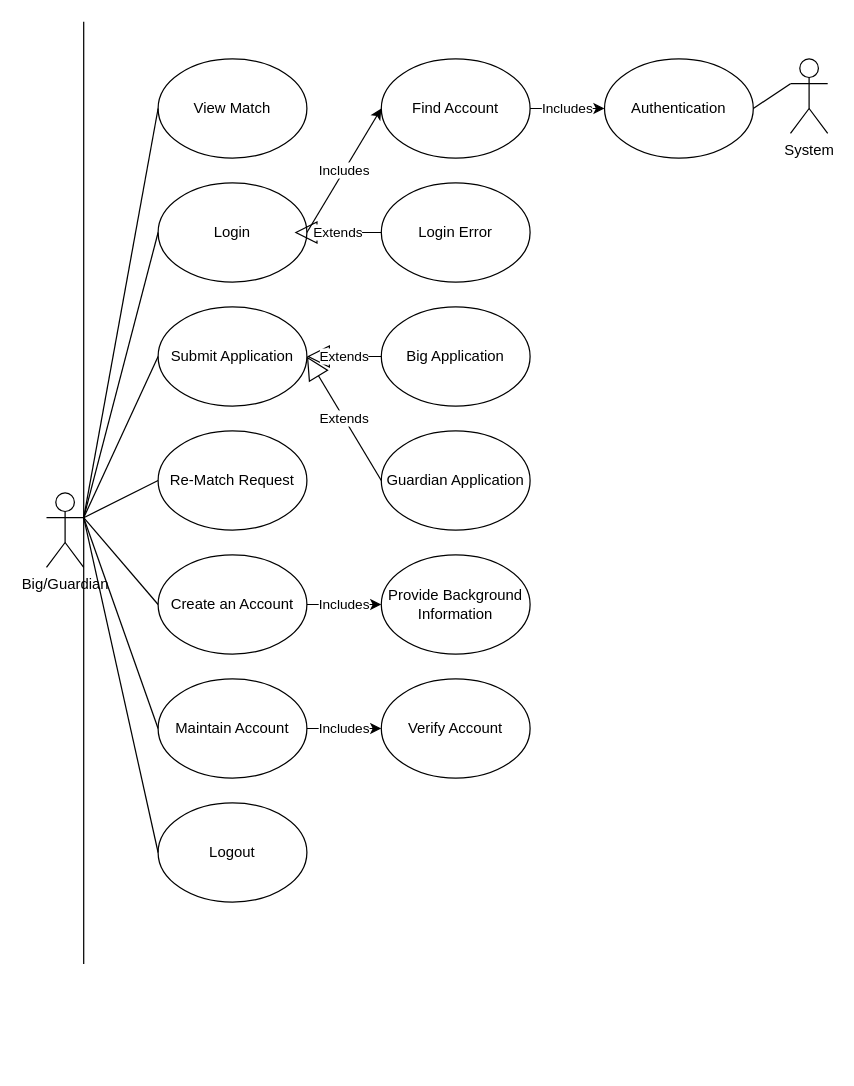
aarison/cpsc430 keeps this draw.io diagram as Big Guardian.drawio. Above is the earlier version. Source tidied: cells renumbered, new cells numbered last; positions are measured from the earlier drawing's top-left corner, leaving out a move shared by most shapes. Both pictures are drawn from the tidied source at 124%, with x=0, y=0 at pixel (46, 21).
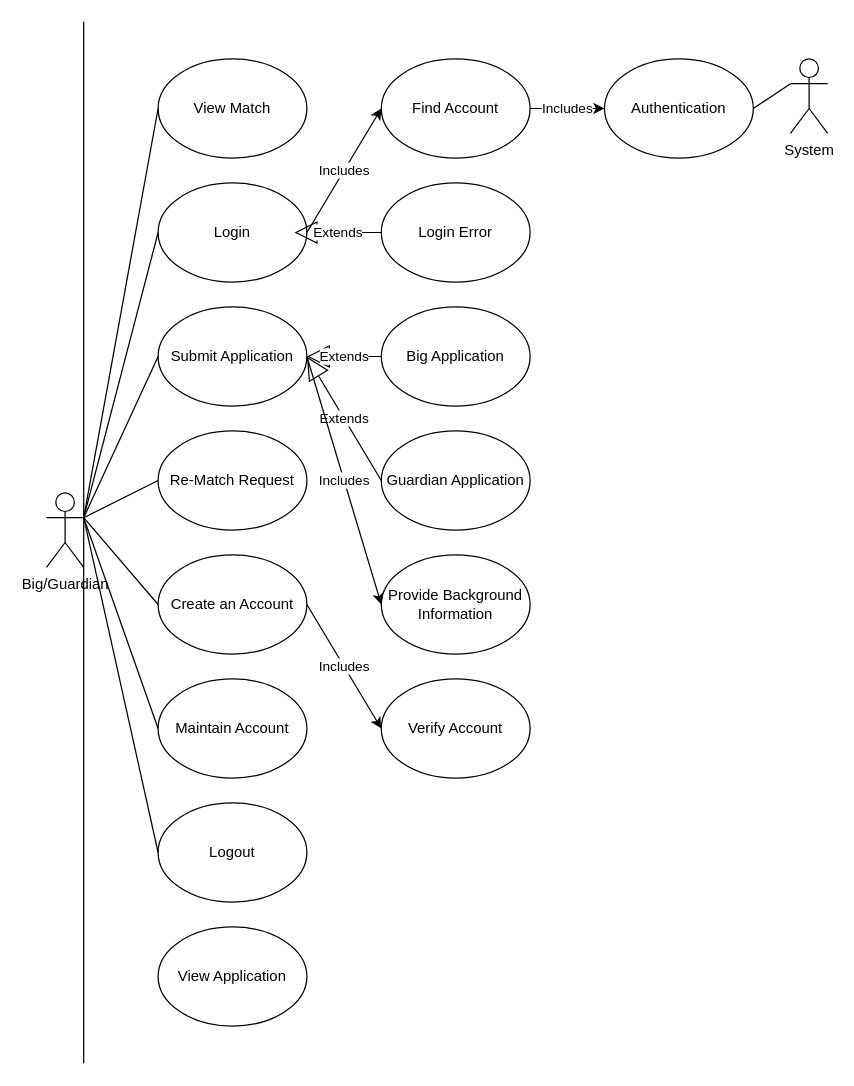
After the change.

Unchanged cells that the change refers to:
```xml
<mxCell id="5" value="Maintain Account" style="ellipse;whiteSpace=wrap;html=1;" parent="1" vertex="1">
  <mxGeometry x="90" y="530" width="120" height="80" as="geometry" />
</mxCell>
<mxCell id="6" value="Create an Account" style="ellipse;whiteSpace=wrap;html=1;" parent="1" vertex="1">
  <mxGeometry x="90" y="430" width="120" height="80" as="geometry" />
</mxCell>
<mxCell id="8" value="Submit Application" style="ellipse;whiteSpace=wrap;html=1;" parent="1" vertex="1">
  <mxGeometry x="90" y="230" width="120" height="80" as="geometry" />
</mxCell>
<mxCell id="15" value="Provide Background Information" style="ellipse;whiteSpace=wrap;html=1;" parent="1" vertex="1">
  <mxGeometry x="270" y="430" width="120" height="80" as="geometry" />
</mxCell>
<mxCell id="16" value="Verify Account" style="ellipse;whiteSpace=wrap;html=1;" parent="1" vertex="1">
  <mxGeometry x="270" y="530" width="120" height="80" as="geometry" />
</mxCell>
```

The edit, as a diff of the source:
```diff
@@
-    <mxCell id="18" value="Includes" style="endArrow=classic;html=1;rounded=0;exitX=1;exitY=0.5;exitDx=0;exitDy=0;entryX=0;entryY=0.5;entryDx=0;entryDy=0;" parent="1" edge="1" source="5" target="16">
+    <mxCell id="18" value="Includes" style="endArrow=classic;html=1;rounded=0;exitX=1;exitY=0.5;exitDx=0;exitDy=0;entryX=0;entryY=0.5;entryDx=0;entryDy=0;" parent="1" edge="1" source="6" target="16">
       <mxGeometry relative="1" as="geometry" />
     </mxCell>
@@
     <mxCell id="21" style="endArrow=none;html=1;rounded=0;" parent="1" edge="1">
       <mxGeometry relative="1" as="geometry">
-        <mxPoint x="30" y="760" as="sourcePoint" />
+        <mxPoint x="30" y="840" as="sourcePoint" />
         <mxPoint x="30" as="targetPoint" />
       </mxGeometry>
     </mxCell>
@@
-    <mxCell id="25" value="Includes" style="endArrow=classic;html=1;rounded=0;exitX=1;exitY=0.5;exitDx=0;exitDy=0;entryX=0;entryY=0.5;entryDx=0;entryDy=0;" parent="1" edge="1" source="6" target="15">
+    <mxCell id="25" value="Includes" style="endArrow=classic;html=1;rounded=0;exitX=1;exitY=0.5;exitDx=0;exitDy=0;entryX=0;entryY=0.5;entryDx=0;entryDy=0;" parent="1" edge="1" source="8" target="15">
       <mxGeometry relative="1" as="geometry" />
     </mxCell>
@@
+    <mxCell id="34" value="View Application" style="ellipse;whiteSpace=wrap;html=1;" parent="1" vertex="1">
+      <mxGeometry x="90" y="730" width="120" height="80" as="geometry" />
+    </mxCell>
```
